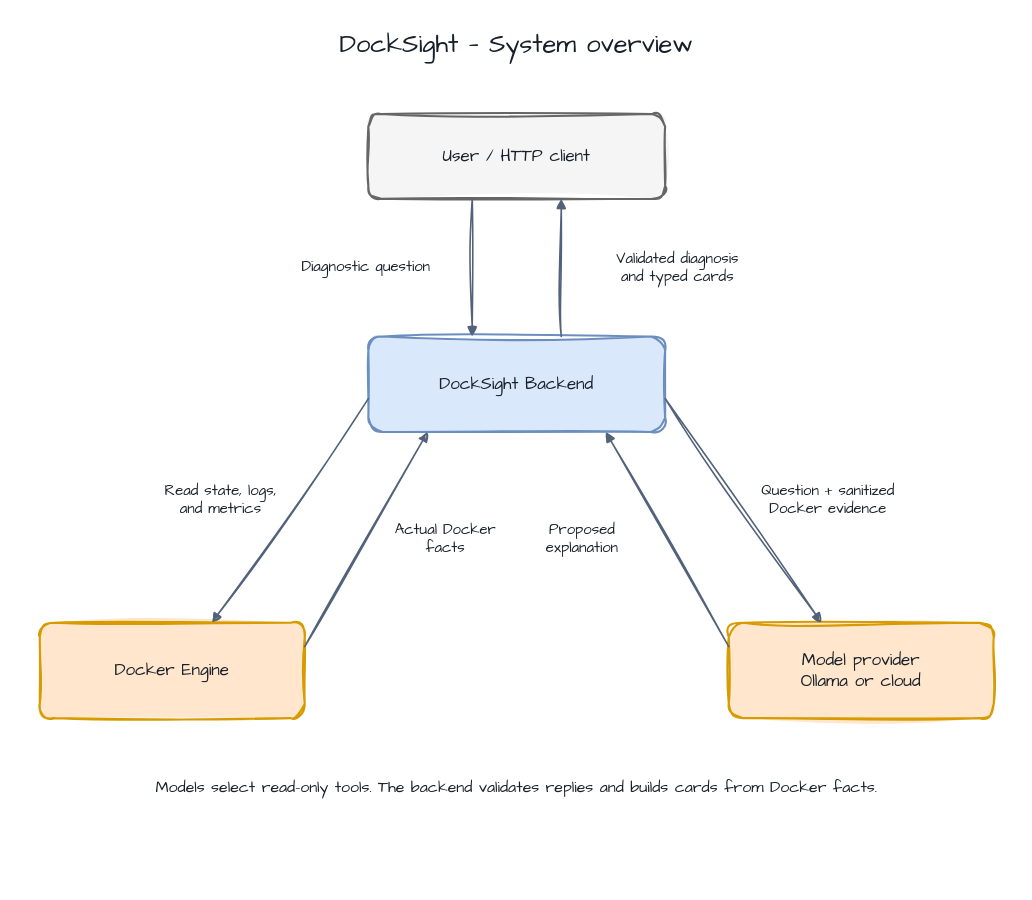
This is page "System overview" (1 of 9) of docs/diagrams/backend.drawio from Neizvestnyj/DockSight, a draw.io file, before an edit. Source tidied: cells renumbered, new cells numbered last; positions are measured from the earlier drawing's top-left corner, leaving out a move shared by most shapes. Both pictures are drawn from the tidied source at 106%, with x=0, y=0 at pixel (18, 18).
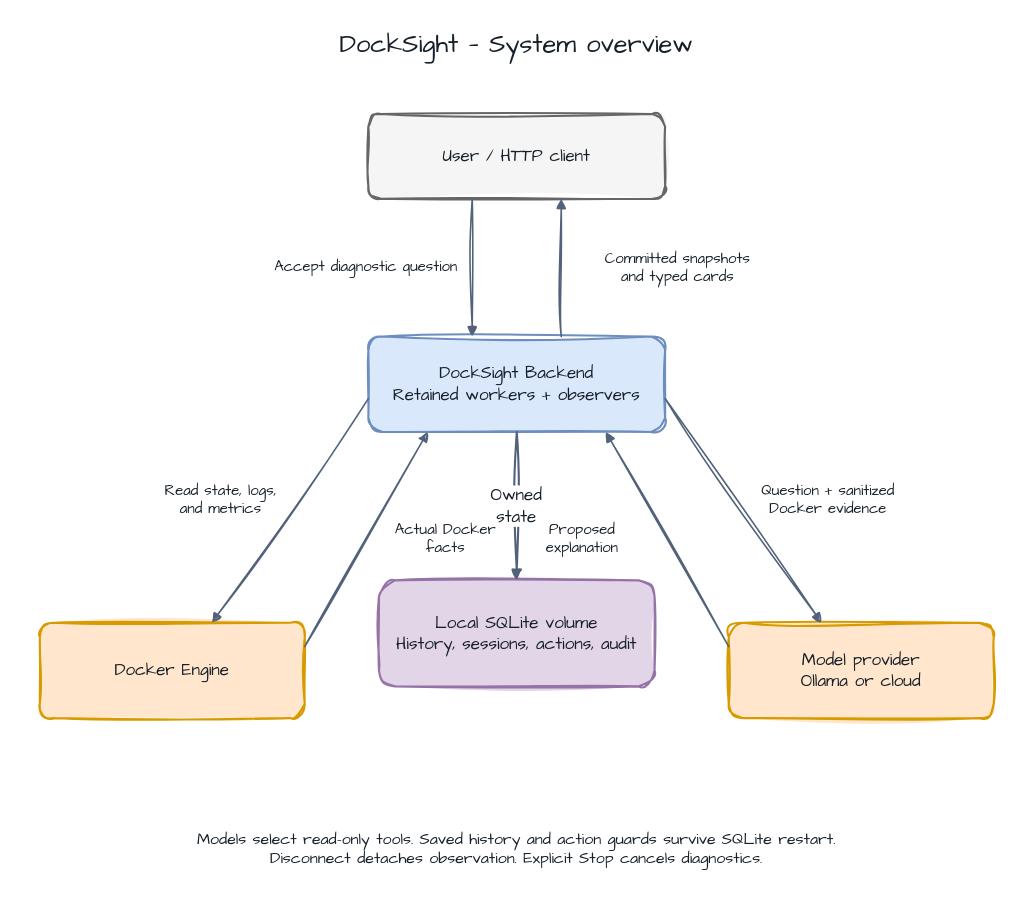
After the change.

What changed in the source:
```diff
@@
 <mxGraphModel background="#FFFFFF">
   <root>
     <mxCell id="0" />
     <mxCell id="1" parent="0" />
     <mxCell id="2" value="DockSight — System overview" style="html=1;whiteSpace=wrap;align=center;verticalAlign=middle;fontSize=16;fontColor=#17202A;strokeWidth=2;sketch=1;fillStyle=solid;curveFitting=1;jiggle=2;fontFamily=Architects Daughter;text;fillColor=none;strokeColor=none;align=center;verticalAlign=middle;fontSize=24;" parent="1" vertex="1">
       <mxGeometry width="940" height="50" as="geometry" />
     </mxCell>
     <mxCell id="3" value="User / HTTP client" style="html=1;whiteSpace=wrap;align=center;verticalAlign=middle;fontSize=16;fontColor=#17202A;strokeWidth=2;sketch=1;fillStyle=solid;curveFitting=1;jiggle=2;fontFamily=Architects Daughter;rounded=1;fillColor=#F5F5F5;strokeColor=#666666;" parent="1" vertex="1">
       <mxGeometry x="330" y="90" width="280" height="80" as="geometry" />
     </mxCell>
-    <mxCell id="4" value="DockSight Backend" style="html=1;whiteSpace=wrap;align=center;verticalAlign=middle;fontSize=16;fontColor=#17202A;strokeWidth=2;sketch=1;fillStyle=solid;curveFitting=1;jiggle=2;fontFamily=Architects Daughter;rounded=1;fillColor=#DAE8FC;strokeColor=#6C8EBF;" parent="1" vertex="1">
+    <mxCell id="4" value="DockSight Backend&#10;Retained workers + observers" style="html=1;whiteSpace=wrap;align=center;verticalAlign=middle;fontSize=16;fontColor=#17202A;strokeWidth=2;sketch=1;fillStyle=solid;curveFitting=1;jiggle=2;fontFamily=Architects Daughter;rounded=1;fillColor=#DAE8FC;strokeColor=#6C8EBF;" parent="1" vertex="1">
       <mxGeometry x="330" y="300" width="280" height="90" as="geometry" />
     </mxCell>
     <mxCell id="5" value="Docker Engine" style="html=1;whiteSpace=wrap;align=center;verticalAlign=middle;fontSize=16;fontColor=#17202A;strokeWidth=2;sketch=1;fillStyle=solid;curveFitting=1;jiggle=2;fontFamily=Architects Daughter;rounded=1;fillColor=#FFE6CC;strokeColor=#D79B00;" parent="1" vertex="1">
       <mxGeometry x="20" y="570" width="250" height="90" as="geometry" />
     </mxCell>
     <mxCell id="6" value="Model provider&lt;br&gt;Ollama or cloud" style="html=1;whiteSpace=wrap;align=center;verticalAlign=middle;fontSize=16;fontColor=#17202A;strokeWidth=2;sketch=1;fillStyle=solid;curveFitting=1;jiggle=2;fontFamily=Architects Daughter;rounded=1;fillColor=#FFE6CC;strokeColor=#D79B00;" parent="1" vertex="1">
       <mxGeometry x="670" y="570" width="250" height="90" as="geometry" />
     </mxCell>
-    <mxCell id="7" value="Diagnostic question" style="html=1;whiteSpace=wrap;labelWidth=200;align=center;endArrow=block;endFill=1;strokeColor=#52627A;strokeWidth=1.5;fontColor=#17202A;fontSize=14;labelBackgroundColor=#FFFFFF;exitPerimeter=0;entryPerimeter=0;sketch=1;fillStyle=solid;curveFitting=1;jiggle=2;fontFamily=Architects Daughter;exitX=0.35;exitY=1;entryX=0.35;entryY=0;" parent="1" edge="1" source="3" target="4">
+    <mxCell id="7" value="Accept diagnostic question" style="html=1;whiteSpace=wrap;labelWidth=200;align=center;endArrow=block;endFill=1;strokeColor=#52627A;strokeWidth=1.5;fontColor=#17202A;fontSize=14;labelBackgroundColor=#FFFFFF;exitPerimeter=0;entryPerimeter=0;sketch=1;fillStyle=solid;curveFitting=1;jiggle=2;fontFamily=Architects Daughter;exitX=0.35;exitY=1;entryX=0.35;entryY=0;" parent="1" edge="1" source="3" target="4">
       <mxGeometry relative="1" as="geometry">
         <mxPoint x="-100" as="offset" />
       </mxGeometry>
     </mxCell>
-    <mxCell id="8" value="Validated diagnosis&lt;br&gt;and typed cards" style="html=1;whiteSpace=wrap;labelWidth=200;align=center;endArrow=block;endFill=1;strokeColor=#52627A;strokeWidth=1.5;fontColor=#17202A;fontSize=14;labelBackgroundColor=#FFFFFF;exitPerimeter=0;entryPerimeter=0;sketch=1;fillStyle=solid;curveFitting=1;jiggle=2;fontFamily=Architects Daughter;exitX=0.65;exitY=0;entryX=0.65;entryY=1;" parent="1" edge="1" source="4" target="3">
+    <mxCell id="8" value="Committed snapshots&#10;and typed cards" style="html=1;whiteSpace=wrap;labelWidth=200;align=center;endArrow=block;endFill=1;strokeColor=#52627A;strokeWidth=1.5;fontColor=#17202A;fontSize=14;labelBackgroundColor=#FFFFFF;exitPerimeter=0;entryPerimeter=0;sketch=1;fillStyle=solid;curveFitting=1;jiggle=2;fontFamily=Architects Daughter;exitX=0.65;exitY=0;entryX=0.65;entryY=1;" parent="1" edge="1" source="4" target="3">
       <mxGeometry relative="1" as="geometry">
         <mxPoint x="110" as="offset" />
       </mxGeometry>
     </mxCell>
     <mxCell id="9" value="Read state, logs,&lt;br&gt;and metrics" style="html=1;whiteSpace=wrap;labelWidth=200;align=center;endArrow=block;endFill=1;strokeColor=#52627A;strokeWidth=1.5;fontColor=#17202A;fontSize=14;labelBackgroundColor=#FFFFFF;exitPerimeter=0;entryPerimeter=0;sketch=1;fillStyle=solid;curveFitting=1;jiggle=2;fontFamily=Architects Daughter;exitX=0;exitY=0.65;entryX=0.65;entryY=0;" parent="1" edge="1" source="4" target="5">
       <mxGeometry relative="1" as="geometry">
         <mxPoint x="-65" y="-10" as="offset" />
       </mxGeometry>
     </mxCell>
     <mxCell id="10" value="Actual Docker&lt;br&gt;facts" style="html=1;whiteSpace=wrap;labelWidth=200;align=center;endArrow=block;endFill=1;strokeColor=#52627A;strokeWidth=1.5;fontColor=#17202A;fontSize=14;labelBackgroundColor=#FFFFFF;exitPerimeter=0;entryPerimeter=0;sketch=1;fillStyle=solid;curveFitting=1;jiggle=2;fontFamily=Architects Daughter;exitX=1;exitY=0.25;entryX=0.2;entryY=1;" parent="1" edge="1" source="5" target="4">
       <mxGeometry relative="1" as="geometry">
         <mxPoint x="75" as="offset" />
       </mxGeometry>
     </mxCell>
     <mxCell id="11" value="Question + sanitized&lt;br&gt;Docker evidence" style="html=1;whiteSpace=wrap;labelWidth=200;align=center;endArrow=block;endFill=1;strokeColor=#52627A;strokeWidth=1.5;fontColor=#17202A;fontSize=14;labelBackgroundColor=#FFFFFF;exitPerimeter=0;entryPerimeter=0;sketch=1;fillStyle=solid;curveFitting=1;jiggle=2;fontFamily=Architects Daughter;exitX=1;exitY=0.65;entryX=0.35;entryY=0;" parent="1" edge="1" source="4" target="6">
       <mxGeometry relative="1" as="geometry">
         <mxPoint x="80" y="-10" as="offset" />
       </mxGeometry>
     </mxCell>
     <mxCell id="12" value="Proposed&lt;br&gt;explanation" style="html=1;whiteSpace=wrap;labelWidth=200;align=center;endArrow=block;endFill=1;strokeColor=#52627A;strokeWidth=1.5;fontColor=#17202A;fontSize=14;labelBackgroundColor=#FFFFFF;exitPerimeter=0;entryPerimeter=0;sketch=1;fillStyle=solid;curveFitting=1;jiggle=2;fontFamily=Architects Daughter;exitX=0;exitY=0.25;entryX=0.8;entryY=1;" parent="1" edge="1" source="6" target="4">
       <mxGeometry relative="1" as="geometry">
         <mxPoint x="-80" as="offset" />
       </mxGeometry>
     </mxCell>
-    <mxCell id="13" value="Models select read-only tools. The backend validates replies and builds cards from Docker facts." style="html=1;whiteSpace=wrap;align=center;verticalAlign=middle;fontSize=16;fontColor=#17202A;strokeWidth=2;sketch=1;fillStyle=solid;curveFitting=1;jiggle=2;fontFamily=Architects Daughter;text;fillColor=none;strokeColor=none;align=center;verticalAlign=middle;fontSize=15;" parent="1" vertex="1">
-      <mxGeometry x="60" y="700" width="820" height="50" as="geometry" />
+    <mxCell id="13" value="Models select read-only tools. Saved history and action guards survive SQLite restart.&#10;Disconnect detaches observation. Explicit Stop cancels diagnostics." style="html=1;whiteSpace=wrap;align=center;verticalAlign=middle;fontSize=16;fontColor=#17202A;strokeWidth=2;sketch=1;fillStyle=solid;curveFitting=1;jiggle=2;fontFamily=Architects Daughter;text;fillColor=none;strokeColor=none;align=center;verticalAlign=middle;fontSize=15;" parent="1" vertex="1">
+      <mxGeometry x="60" y="750" width="820" height="65" as="geometry" />
     </mxCell>
+    <mxCell id="14" value="Local SQLite volume&#10;History, sessions, actions, audit" style="whiteSpace=wrap;html=0;align=center;verticalAlign=middle;fontSize=16;fontColor=#17202A;strokeWidth=2;sketch=1;fillStyle=solid;curveFitting=1;jiggle=2;fontFamily=Architects Daughter;rounded=1;fillColor=#E1D5E7;strokeColor=#9673A6;" parent="1" vertex="1">
+      <mxGeometry x="340" y="530" width="260" height="100" as="geometry" />
+    </mxCell>
+    <mxCell id="15" value="Owned state" style="whiteSpace=wrap;html=0;align=center;verticalAlign=middle;fontSize=16;fontColor=#17202A;strokeWidth=2;sketch=1;fillStyle=solid;curveFitting=1;jiggle=2;fontFamily=Architects Daughter;edgeStyle=orthogonalEdgeStyle;rounded=1;endArrow=block;endFill=1;strokeColor=#52627A;exitX=0.5;exitY=1;entryX=0.5;entryY=0;" parent="1" edge="1" source="4" target="14">
+      <mxGeometry relative="1" as="geometry" />
+    </mxCell>
   </root>
 </mxGraphModel>
```
